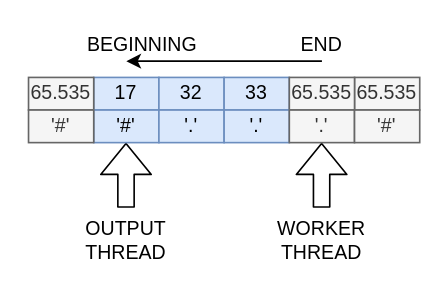
SoulKa/cds-s-2021 keeps this draw.io diagram as page "output-queue" (2 of 2) of report/assets/queues.drawio. Above is the earlier version. Source tidied: cells renumbered, new cells numbered last; positions are measured from the earlier drawing's top-left corner, leaving out a move shared by most shapes. Both pictures are drawn from the tidied source at 163%, with x=0, y=0 at pixel (28, 28).
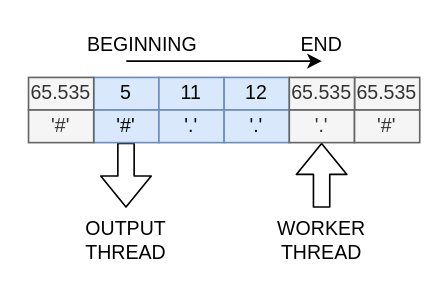
The same diagram, later.

Diff of the diagram source:
```diff
@@
-    <mxCell id="2" value="17" style="rounded=0;whiteSpace=wrap;html=1;fillColor=#dae8fc;strokeColor=#6c8ebf;" parent="1" vertex="1">
+    <mxCell id="2" value="5" style="rounded=0;whiteSpace=wrap;html=1;fillColor=#dae8fc;strokeColor=#6c8ebf;" parent="1" vertex="1">
       <mxGeometry x="40" y="30" width="40" height="20" as="geometry" />
     </mxCell>
-    <mxCell id="3" value="32" style="rounded=0;whiteSpace=wrap;html=1;fillColor=#dae8fc;strokeColor=#6c8ebf;" parent="1" vertex="1">
+    <mxCell id="3" value="11" style="rounded=0;whiteSpace=wrap;html=1;fillColor=#dae8fc;strokeColor=#6c8ebf;" parent="1" vertex="1">
       <mxGeometry x="80" y="30" width="40" height="20" as="geometry" />
     </mxCell>
-    <mxCell id="4" value="33" style="rounded=0;whiteSpace=wrap;html=1;fillColor=#dae8fc;strokeColor=#6c8ebf;" parent="1" vertex="1">
+    <mxCell id="4" value="12" style="rounded=0;whiteSpace=wrap;html=1;fillColor=#dae8fc;strokeColor=#6c8ebf;" parent="1" vertex="1">
       <mxGeometry x="120" y="30" width="40" height="20" as="geometry" />
     </mxCell>
@@
     <mxCell id="8" style="shape=flexArrow;endArrow=classic;html=1;" parent="1" edge="1">
       <mxGeometry relative="1" as="geometry">
-        <mxPoint x="59.8" y="110" as="sourcePoint" />
-        <mxPoint x="59.8" y="70" as="targetPoint" />
+        <mxPoint x="59.8" y="70" as="sourcePoint" />
+        <mxPoint x="59.8" y="110" as="targetPoint" />
       </mxGeometry>
     </mxCell>
@@
     <mxCell id="20" style="endArrow=classic;html=1;" parent="1" edge="1">
       <mxGeometry relative="1" as="geometry">
-        <mxPoint x="180" y="20" as="sourcePoint" />
-        <mxPoint x="60" y="20" as="targetPoint" />
+        <mxPoint x="60" y="20" as="sourcePoint" />
+        <mxPoint x="180" y="20" as="targetPoint" />
       </mxGeometry>
     </mxCell>
```
